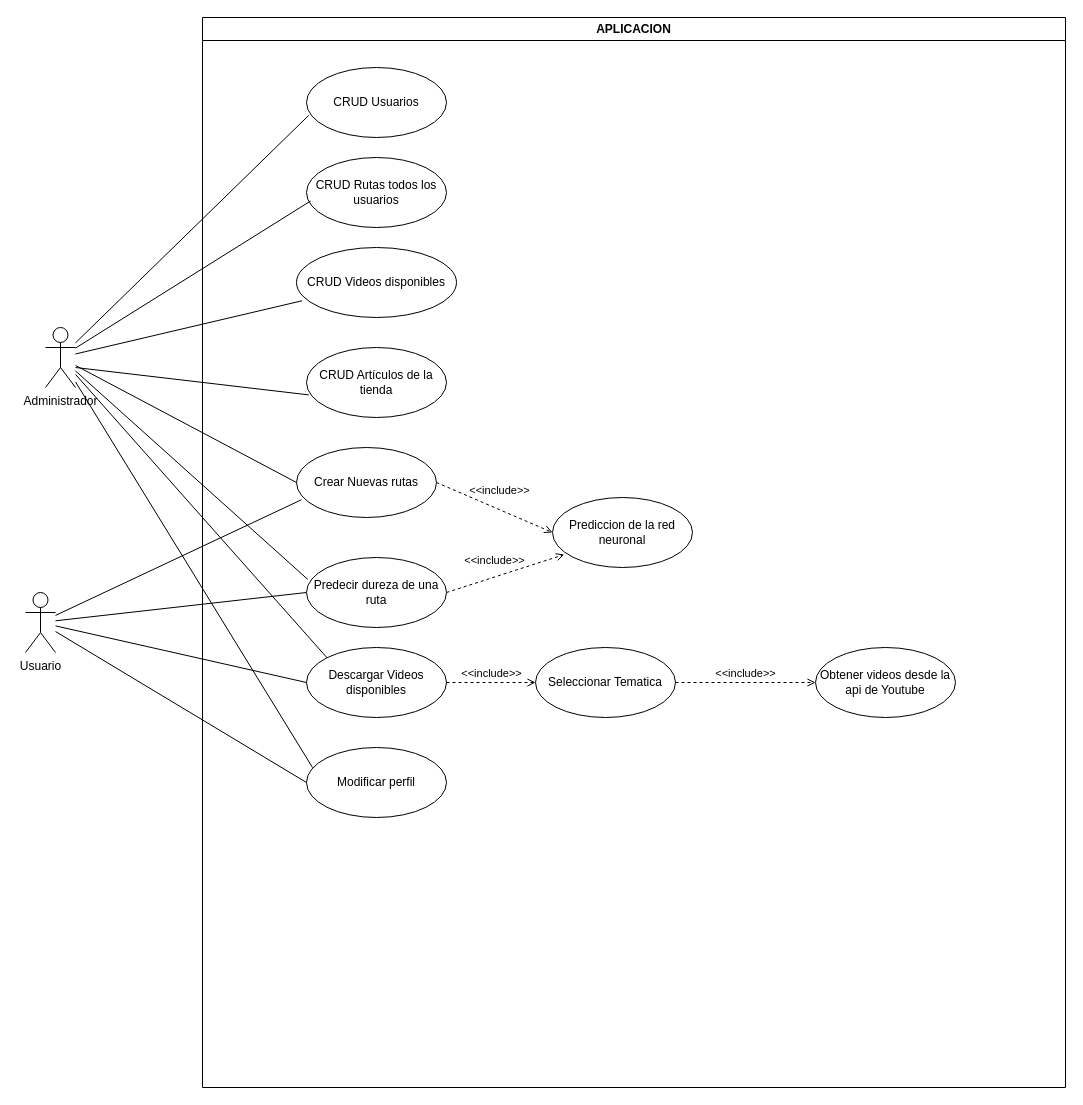
Earlier version of the draw.io diagram DiagramaCasosUso.drawio (Pablolumar1/Diagramas_ProyectoFinal). Source tidied: cells renumbered, new cells numbered last; positions are measured from the earlier drawing's top-left corner, leaving out a move shared by most shapes. Both pictures are drawn from the tidied source at 100%, with x=0, y=0 at pixel (25, 17).
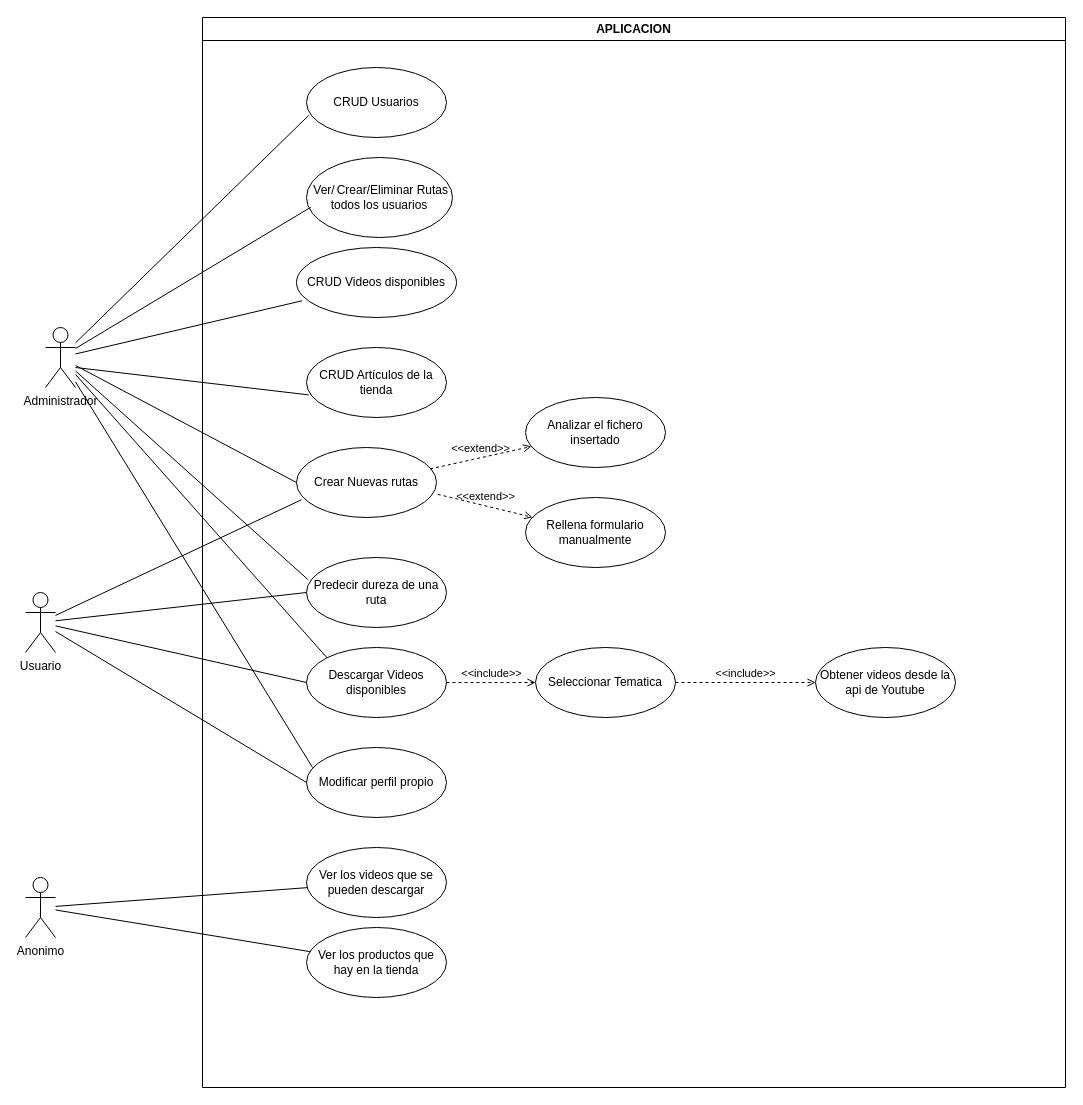
Above is the later version.

Commit message:
Actualización 2 DiagramaCasosUso

The change refers to these unchanged cells:
```xml
<mxCell id="3" value="APLICACION" style="swimlane;whiteSpace=wrap;html=1;startSize=23;" parent="1" vertex="1">
  <mxGeometry x="177" width="863" height="1070" as="geometry" />
</mxCell>
<mxCell id="8" value="Crear Nuevas rutas" style="ellipse;whiteSpace=wrap;html=1;" parent="3" vertex="1">
  <mxGeometry x="94" y="430" width="140" height="70" as="geometry" />
</mxCell>
<mxCell id="9" value="Predecir dureza de una ruta" style="ellipse;whiteSpace=wrap;html=1;" parent="3" vertex="1">
  <mxGeometry x="104" y="540" width="140" height="70" as="geometry" />
</mxCell>
```

Diff of the diagram source:
```diff
@@
-    <mxCell id="5" value="CRUD Rutas todos los usuarios" style="ellipse;whiteSpace=wrap;html=1;" parent="3" vertex="1">
-      <mxGeometry x="104" y="140" width="140" height="70" as="geometry" />
+    <mxCell id="5" value="&amp;nbsp;Ver/&lt;span style=&quot;white-space: pre;&quot;&gt;&#9;&lt;/span&gt;Crear/Eliminar Rutas todos los usuarios" style="ellipse;whiteSpace=wrap;html=1;" parent="3" vertex="1">
+      <mxGeometry x="104" y="140" width="146" height="80" as="geometry" />
     </mxCell>
@@
-    <mxCell id="11" value="Modificar perfil" style="ellipse;whiteSpace=wrap;html=1;" parent="3" vertex="1">
+    <mxCell id="11" value="Modificar perfil propio" style="ellipse;whiteSpace=wrap;html=1;" parent="3" vertex="1">
       <mxGeometry x="104" y="730" width="140" height="70" as="geometry" />
     </mxCell>
-    <mxCell id="12" value="Prediccion de la red neuronal" style="ellipse;whiteSpace=wrap;html=1;" parent="3" vertex="1">
-      <mxGeometry x="350" y="480" width="140" height="70" as="geometry" />
-    </mxCell>
-    <mxCell id="13" value="&amp;lt;&amp;lt;include&amp;gt;&amp;gt;" style="html=1;verticalAlign=bottom;labelBackgroundColor=none;endArrow=open;endFill=0;dashed=1;rounded=0;entryX=0.084;entryY=0.815;entryDx=0;entryDy=0;entryPerimeter=0;exitX=1;exitY=0.5;exitDx=0;exitDy=0;" parent="3" edge="1" source="9" target="12">
-      <mxGeometry x="-0.15" y="7" relative="1" as="geometry" />
-    </mxCell>
-    <mxCell id="14" value="&amp;lt;&amp;lt;include&amp;gt;&amp;gt;" style="html=1;verticalAlign=bottom;labelBackgroundColor=none;endArrow=open;endFill=0;dashed=1;rounded=0;entryX=0;entryY=0.5;entryDx=0;entryDy=0;exitX=1;exitY=0.5;exitDx=0;exitDy=0;" parent="3" edge="1" source="8" target="12">
-      <mxGeometry x="0.03" y="9" relative="1" as="geometry" />
-    </mxCell>
@@
+    <mxCell id="32" value="Ver los videos que se pueden descargar" style="ellipse;whiteSpace=wrap;html=1;" parent="3" vertex="1">
+      <mxGeometry x="104" y="830" width="140" height="70" as="geometry" />
+    </mxCell>
+    <mxCell id="33" value="Ver los productos que hay en la tienda" style="ellipse;whiteSpace=wrap;html=1;" parent="3" vertex="1">
+      <mxGeometry x="104" y="910" width="140" height="70" as="geometry" />
+    </mxCell>
+    <mxCell id="34" value="Rellena formulario manualmente" style="ellipse;whiteSpace=wrap;html=1;" parent="3" vertex="1">
+      <mxGeometry x="323" y="480" width="140" height="70" as="geometry" />
+    </mxCell>
+    <mxCell id="35" value="&amp;lt;&amp;lt;extend&amp;gt;&amp;gt;" style="html=1;verticalAlign=bottom;labelBackgroundColor=none;endArrow=open;endFill=0;dashed=1;rounded=0;exitX=1.009;exitY=0.669;exitDx=0;exitDy=0;exitPerimeter=0;" parent="3" edge="1" source="8" target="34">
+      <mxGeometry relative="1" as="geometry" />
+    </mxCell>
+    <mxCell id="36" value="Analizar el fichero insertado" style="ellipse;whiteSpace=wrap;html=1;" parent="3" vertex="1">
+      <mxGeometry x="323" y="380" width="140" height="70" as="geometry" />
+    </mxCell>
+    <mxCell id="37" value="&amp;lt;&amp;lt;extend&amp;gt;&amp;gt;" style="html=1;verticalAlign=bottom;labelBackgroundColor=none;endArrow=open;endFill=0;dashed=1;rounded=0;exitX=0.955;exitY=0.306;exitDx=0;exitDy=0;exitPerimeter=0;" parent="3" edge="1" source="8" target="36">
+      <mxGeometry relative="1" as="geometry" />
+    </mxCell>
@@
+    <mxCell id="38" value="Anonimo" style="shape=umlActor;html=1;verticalLabelPosition=bottom;verticalAlign=top;align=center;" parent="1" vertex="1">
+      <mxGeometry y="860" width="30" height="60" as="geometry" />
+    </mxCell>
+    <mxCell id="39" style="edgeStyle=none;html=1;endArrow=none;verticalAlign=bottom;rounded=0;" parent="1" edge="1" source="38" target="32">
+      <mxGeometry relative="1" as="geometry" />
+    </mxCell>
+    <mxCell id="40" style="edgeStyle=none;html=1;endArrow=none;verticalAlign=bottom;rounded=0;" parent="1" edge="1" source="38" target="33">
+      <mxGeometry relative="1" as="geometry" />
+    </mxCell>
```
